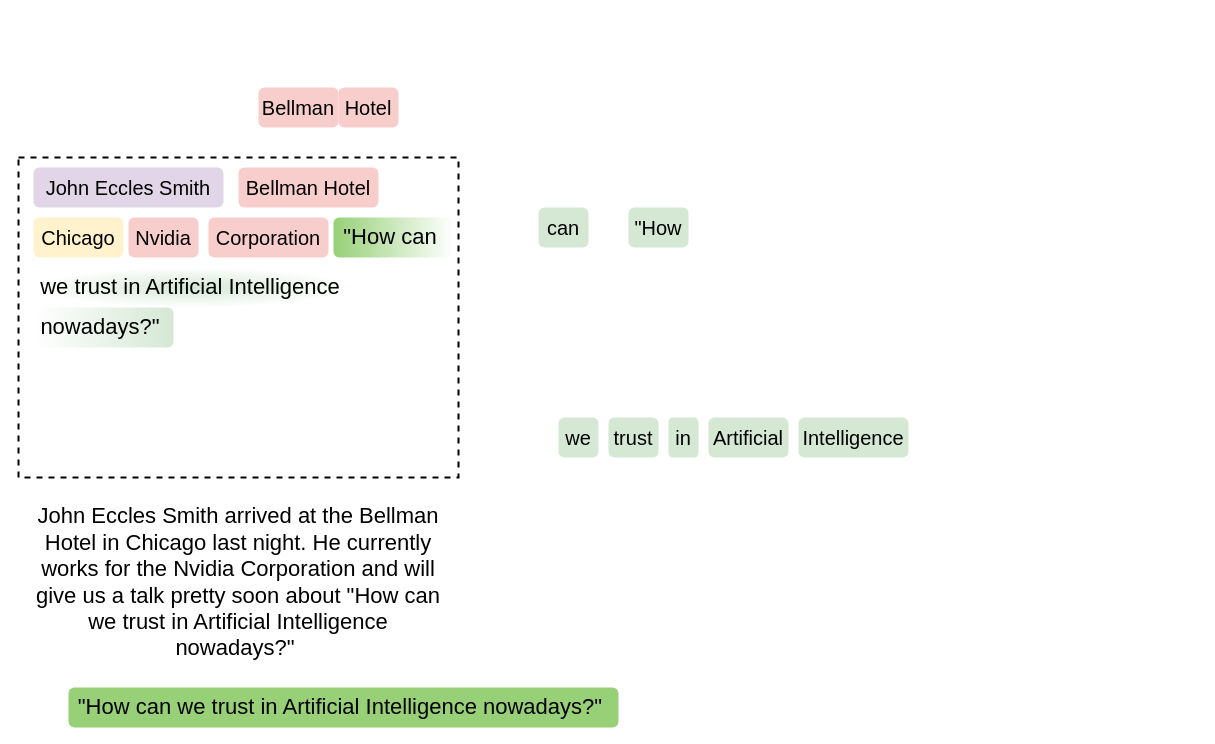
Before: new_nevis.drawio in viniciusrpb/drawio_flowcharts, a draw.io diagram. Source tidied: cells renumbered, new cells numbered last; positions are measured from the earlier drawing's top-left corner, leaving out a move shared by most shapes. Both pictures are drawn from the tidied source at 100%, with x=0, y=0 at pixel (18, 87).
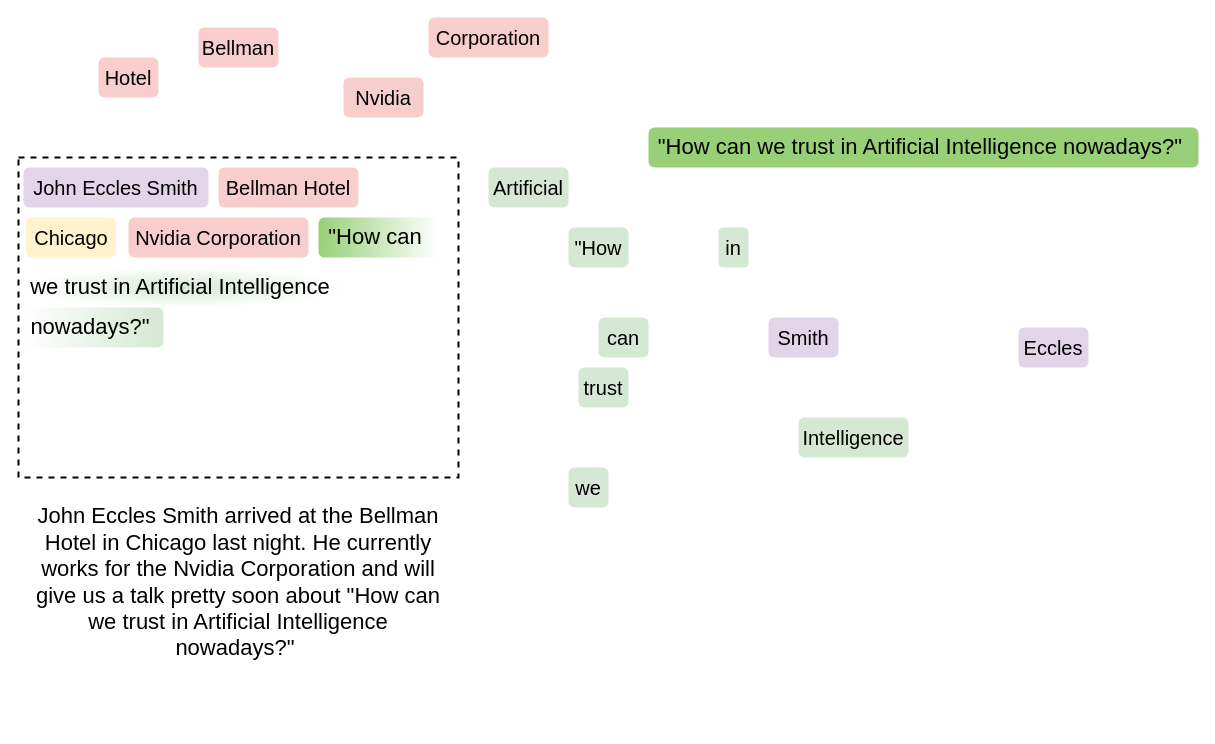
After the change.

Diff of the diagram source:
```diff
@@
     <mxCell id="4" value="Bellman" style="rounded=1;whiteSpace=wrap;html=1;fillColor=#f8cecc;strokeColor=none;fontSize=20;strokeWidth=4;" parent="1" vertex="1">
-      <mxGeometry x="240" width="80" height="40" as="geometry" />
+      <mxGeometry x="180" y="-60" width="80" height="40" as="geometry" />
     </mxCell>
     <mxCell id="5" value="Hotel" style="rounded=1;whiteSpace=wrap;html=1;fillColor=#f8cecc;strokeColor=none;fontSize=20;strokeWidth=4;" parent="1" vertex="1">
-      <mxGeometry x="320" width="60" height="40" as="geometry" />
+      <mxGeometry x="80" y="-30" width="60" height="40" as="geometry" />
     </mxCell>
     <mxCell id="6" value="Chicago" style="rounded=1;whiteSpace=wrap;html=1;fillColor=#fff2cc;strokeColor=none;fontSize=20;strokeWidth=4;" parent="1" vertex="1">
-      <mxGeometry x="15" y="130" width="90" height="40" as="geometry" />
+      <mxGeometry x="7.5" y="130" width="90" height="40" as="geometry" />
     </mxCell>
-    <mxCell id="7" value="Nvidia" style="rounded=1;whiteSpace=wrap;html=1;fillColor=#f8cecc;strokeColor=none;fontSize=20;strokeWidth=4;" parent="1" vertex="1">
-      <mxGeometry x="110" y="130" width="70" height="40" as="geometry" />
+    <mxCell id="7" value="Nvidia Corporation" style="rounded=1;whiteSpace=wrap;html=1;fillColor=#f8cecc;strokeColor=none;fontSize=20;strokeWidth=4;" parent="1" vertex="1">
+      <mxGeometry x="110" y="130" width="180" height="40" as="geometry" />
     </mxCell>
     <mxCell id="8" value="Corporation" style="rounded=1;whiteSpace=wrap;html=1;fillColor=#f8cecc;strokeColor=none;fontSize=20;strokeWidth=4;" parent="1" vertex="1">
-      <mxGeometry x="190" y="130" width="120" height="40" as="geometry" />
+      <mxGeometry x="410" y="-70" width="120" height="40" as="geometry" />
     </mxCell>
     <mxCell id="9" value="&quot;How" style="rounded=1;whiteSpace=wrap;html=1;fillColor=#d5e8d4;strokeColor=none;fontSize=20;strokeWidth=4;" parent="1" vertex="1">
-      <mxGeometry x="610" y="120" width="60" height="40" as="geometry" />
+      <mxGeometry x="550" y="140" width="60" height="40" as="geometry" />
     </mxCell>
     <mxCell id="10" value="can" style="rounded=1;whiteSpace=wrap;html=1;fillColor=#d5e8d4;strokeColor=none;fontSize=20;strokeWidth=4;" parent="1" vertex="1">
-      <mxGeometry x="520" y="120" width="50" height="40" as="geometry" />
+      <mxGeometry x="580" y="230" width="50" height="40" as="geometry" />
     </mxCell>
     <mxCell id="11" value="we" style="rounded=1;whiteSpace=wrap;html=1;fillColor=#d5e8d4;strokeColor=none;fontSize=20;strokeWidth=4;" parent="1" vertex="1">
-      <mxGeometry x="540" y="330" width="40" height="40" as="geometry" />
+      <mxGeometry x="550" y="380" width="40" height="40" as="geometry" />
     </mxCell>
     <mxCell id="12" value="trust" style="rounded=1;whiteSpace=wrap;html=1;fillColor=#d5e8d4;strokeColor=none;fontSize=20;strokeWidth=4;" parent="1" vertex="1">
-      <mxGeometry x="590" y="330" width="50" height="40" as="geometry" />
+      <mxGeometry x="560" y="280" width="50" height="40" as="geometry" />
     </mxCell>
     <mxCell id="13" value="in" style="rounded=1;whiteSpace=wrap;html=1;fillColor=#d5e8d4;strokeColor=none;fontSize=20;strokeWidth=4;" parent="1" vertex="1">
-      <mxGeometry x="650" y="330" width="30" height="40" as="geometry" />
+      <mxGeometry x="700" y="140" width="30" height="40" as="geometry" />
     </mxCell>
     <mxCell id="14" value="Artificial" style="rounded=1;whiteSpace=wrap;html=1;fillColor=#d5e8d4;strokeColor=none;fontSize=20;strokeWidth=4;" parent="1" vertex="1">
-      <mxGeometry x="690" y="330" width="80" height="40" as="geometry" />
+      <mxGeometry x="470" y="80" width="80" height="40" as="geometry" />
     </mxCell>
@@
     <mxCell id="16" value="John Eccles Smith" style="rounded=1;whiteSpace=wrap;html=1;fillColor=#e1d5e7;strokeColor=none;fontSize=20;strokeWidth=4;" parent="1" vertex="1">
-      <mxGeometry x="15" y="80" width="190" height="40" as="geometry" />
+      <mxGeometry x="5" y="80" width="185" height="40" as="geometry" />
     </mxCell>
     <mxCell id="17" value="Bellman Hotel" style="rounded=1;whiteSpace=wrap;html=1;fillColor=#f8cecc;strokeColor=none;fontSize=20;strokeWidth=4;" parent="1" vertex="1">
-      <mxGeometry x="220" y="80" width="140" height="40" as="geometry" />
+      <mxGeometry x="200" y="80" width="140" height="40" as="geometry" />
     </mxCell>
     <mxCell id="18" value="&lt;span style=&quot;font-size: 22px;&quot;&gt;&quot;How can&amp;nbsp;&lt;/span&gt;" style="rounded=1;whiteSpace=wrap;html=1;fillColor=#FFFFFF;strokeColor=none;fontSize=20;strokeWidth=4;gradientColor=#97D077;gradientDirection=west;" parent="1" vertex="1">
-      <mxGeometry x="315" y="130" width="120" height="40" as="geometry" />
+      <mxGeometry x="300" y="130" width="120" height="40" as="geometry" />
     </mxCell>
     <mxCell id="19" value="&lt;span style=&quot;font-size: 22px;&quot;&gt;we trust in Artificial Intelligence&amp;nbsp;&lt;/span&gt;" style="rounded=1;whiteSpace=wrap;html=1;fillColor=#d5e8d4;strokeColor=none;fontSize=20;strokeWidth=4;gradientColor=#FFFFFF;gradientDirection=radial;" parent="1" vertex="1">
-      <mxGeometry x="15" y="180" width="320" height="40" as="geometry" />
+      <mxGeometry x="5" y="180" width="320" height="40" as="geometry" />
     </mxCell>
     <mxCell id="20" value="&lt;span style=&quot;font-size: 22px;&quot;&gt;nowadays?&quot;&amp;nbsp;&lt;/span&gt;" style="rounded=1;whiteSpace=wrap;html=1;fillColor=#d5e8d4;strokeColor=none;fontSize=20;strokeWidth=4;gradientColor=#FFFFFF;gradientDirection=west;" parent="1" vertex="1">
-      <mxGeometry x="15" y="220" width="140" height="40" as="geometry" />
+      <mxGeometry x="5" y="220" width="140" height="40" as="geometry" />
     </mxCell>
     <mxCell id="21" value="&lt;span style=&quot;font-size: 22px;&quot;&gt;&quot;How can we trust in Artificial Intelligence nowadays?&quot;&amp;nbsp;&lt;/span&gt;" style="rounded=1;whiteSpace=wrap;html=1;fillColor=#97D077;strokeColor=none;fontSize=20;strokeWidth=4;gradientColor=none;gradientDirection=west;" parent="1" vertex="1">
-      <mxGeometry x="50" y="600" width="550" height="40" as="geometry" />
+      <mxGeometry x="630" y="40" width="550" height="40" as="geometry" />
     </mxCell>
+    <mxCell id="22" value="Eccles" style="rounded=1;whiteSpace=wrap;html=1;fillColor=#e1d5e7;strokeColor=none;fontSize=20;strokeWidth=4;" parent="1" vertex="1">
+      <mxGeometry x="1000" y="240" width="70" height="40" as="geometry" />
+    </mxCell>
+    <mxCell id="23" value="Smith" style="rounded=1;whiteSpace=wrap;html=1;fillColor=#e1d5e7;strokeColor=none;fontSize=20;strokeWidth=4;" parent="1" vertex="1">
+      <mxGeometry x="750" y="230" width="70" height="40" as="geometry" />
+    </mxCell>
+    <mxCell id="24" value="Nvidia" style="rounded=1;whiteSpace=wrap;html=1;fillColor=#f8cecc;strokeColor=none;fontSize=20;strokeWidth=4;" parent="1" vertex="1">
+      <mxGeometry x="325" y="-10" width="80" height="40" as="geometry" />
+    </mxCell>
```
